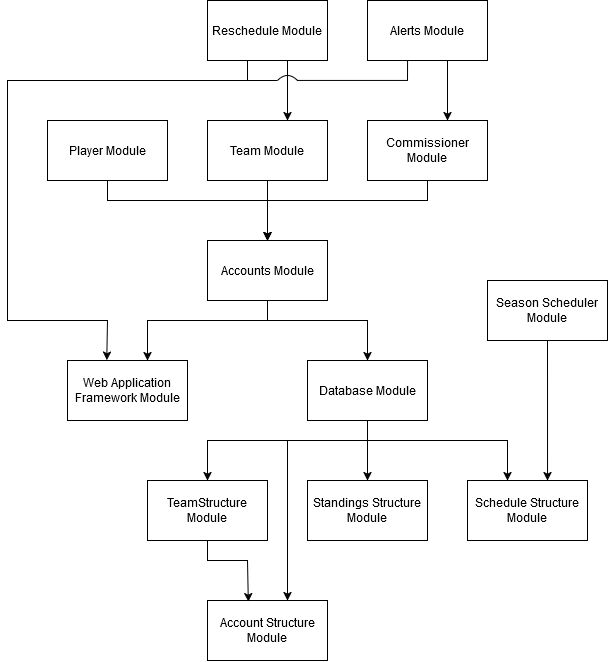
Before: docs/Design/SoftArchitecture/9_use_hierarchy_diagram.png, a diagram exported from draw.io (Nicholas-Fabugais-Inaba/Sandlot). Source tidied: cells renumbered, new cells last; positions are measured from the earlier drawing's top-left corner, leaving out a move shared by most shapes. The source it was exported from:
```xml
<mxGraphModel>
  <root>
    <mxCell id="0" />
    <mxCell id="1" parent="0" />
    <mxCell id="2" value="Web Application Framework Module" style="rounded=0;whiteSpace=wrap;html=1;" parent="1" vertex="1">
      <mxGeometry x="60" y="360" width="120" height="60" as="geometry" />
    </mxCell>
    <mxCell id="3" value="Database Module" style="rounded=0;whiteSpace=wrap;html=1;" parent="1" vertex="1">
      <mxGeometry x="300" y="360" width="120" height="60" as="geometry" />
    </mxCell>
    <mxCell id="4" value="Accounts Module" style="whiteSpace=wrap;html=1;" parent="1" vertex="1">
      <mxGeometry x="200" y="240" width="120" height="60" as="geometry" />
    </mxCell>
    <mxCell id="5" value="Player Module" style="whiteSpace=wrap;html=1;" parent="1" vertex="1">
      <mxGeometry x="40" y="120" width="120" height="60" as="geometry" />
    </mxCell>
    <mxCell id="6" value="&lt;div&gt;Team Module&lt;/div&gt;" style="whiteSpace=wrap;html=1;" parent="1" vertex="1">
      <mxGeometry x="200" y="120" width="120" height="60" as="geometry" />
    </mxCell>
    <mxCell id="7" value="Commissioner Module" style="whiteSpace=wrap;html=1;" parent="1" vertex="1">
      <mxGeometry x="360" y="120" width="120" height="60" as="geometry" />
    </mxCell>
    <mxCell id="8" value="Schedule Structure Module" style="whiteSpace=wrap;html=1;" parent="1" vertex="1">
      <mxGeometry x="460" y="480" width="120" height="60" as="geometry" />
    </mxCell>
    <mxCell id="9" value="Standings Structure Module" style="whiteSpace=wrap;html=1;" parent="1" vertex="1">
      <mxGeometry x="300" y="480" width="120" height="60" as="geometry" />
    </mxCell>
    <mxCell id="10" value="Reschedule Module" style="whiteSpace=wrap;html=1;" parent="1" vertex="1">
      <mxGeometry x="200" width="120" height="60" as="geometry" />
    </mxCell>
    <mxCell id="11" value="Alerts Module" style="whiteSpace=wrap;html=1;" parent="1" vertex="1">
      <mxGeometry x="360" width="120" height="60" as="geometry" />
    </mxCell>
    <mxCell id="12" style="endArrow=classic;html=1;rounded=0;exitX=0.5;exitY=1;exitDx=0;exitDy=0;entryX=0.5;entryY=0;entryDx=0;entryDy=0;" parent="1" edge="1" source="4" target="3">
      <mxGeometry relative="1" as="geometry">
        <Array as="points">
          <mxPoint x="260" y="320" />
          <mxPoint x="360" y="320" />
        </Array>
      </mxGeometry>
    </mxCell>
    <mxCell id="13" style="endArrow=classic;html=1;rounded=0;exitX=0.5;exitY=1;exitDx=0;exitDy=0;" parent="1" edge="1" source="4">
      <mxGeometry relative="1" as="geometry">
        <mxPoint x="140" y="360" as="targetPoint" />
        <Array as="points">
          <mxPoint x="260" y="320" />
          <mxPoint x="140" y="320" />
        </Array>
      </mxGeometry>
    </mxCell>
    <mxCell id="14" style="endArrow=classic;html=1;rounded=0;exitX=0.5;exitY=1;exitDx=0;exitDy=0;entryX=0.5;entryY=0;entryDx=0;entryDy=0;" parent="1" edge="1" source="5" target="4">
      <mxGeometry relative="1" as="geometry">
        <Array as="points">
          <mxPoint x="100" y="200" />
          <mxPoint x="260" y="200" />
        </Array>
      </mxGeometry>
    </mxCell>
    <mxCell id="15" style="endArrow=classic;html=1;rounded=0;exitX=0.5;exitY=1;exitDx=0;exitDy=0;entryX=0.5;entryY=0;entryDx=0;entryDy=0;" parent="1" edge="1" source="6" target="4">
      <mxGeometry relative="1" as="geometry" />
    </mxCell>
    <mxCell id="16" style="endArrow=classic;html=1;rounded=0;exitX=0.5;exitY=1;exitDx=0;exitDy=0;entryX=0.5;entryY=0;entryDx=0;entryDy=0;" parent="1" edge="1" source="7" target="4">
      <mxGeometry relative="1" as="geometry">
        <Array as="points">
          <mxPoint x="420" y="200" />
          <mxPoint x="260" y="200" />
        </Array>
      </mxGeometry>
    </mxCell>
    <mxCell id="17" style="endArrow=classic;html=1;rounded=0;exitX=0.5;exitY=1;exitDx=0;exitDy=0;" parent="1" edge="1" source="3">
      <mxGeometry relative="1" as="geometry">
        <mxPoint x="500" y="480" as="targetPoint" />
        <Array as="points">
          <mxPoint x="360" y="440" />
          <mxPoint x="500" y="440" />
        </Array>
      </mxGeometry>
    </mxCell>
    <mxCell id="18" style="endArrow=classic;html=1;rounded=0;exitX=0.5;exitY=1;exitDx=0;exitDy=0;" parent="1" edge="1" source="3">
      <mxGeometry relative="1" as="geometry">
        <mxPoint x="360" y="480" as="targetPoint" />
        <Array as="points">
          <mxPoint x="360" y="440" />
        </Array>
      </mxGeometry>
    </mxCell>
    <mxCell id="19" style="endArrow=classic;html=1;rounded=0;exitX=0.75;exitY=1;exitDx=0;exitDy=0;entryX=0.75;entryY=0;entryDx=0;entryDy=0;" parent="1" edge="1">
      <mxGeometry relative="1" as="geometry">
        <mxPoint x="280" y="60" as="sourcePoint" />
        <mxPoint x="280" y="120" as="targetPoint" />
      </mxGeometry>
    </mxCell>
    <mxCell id="20" style="endArrow=classic;html=1;rounded=0;exitX=0.5;exitY=1;exitDx=0;exitDy=0;entryX=0.5;entryY=0;entryDx=0;entryDy=0;" parent="1" edge="1">
      <mxGeometry relative="1" as="geometry">
        <mxPoint x="440" y="60" as="sourcePoint" />
        <mxPoint x="440" y="120" as="targetPoint" />
      </mxGeometry>
    </mxCell>
    <mxCell id="21" style="endArrow=classic;html=1;rounded=0;entryX=0.327;entryY=-0.006;entryDx=0;entryDy=0;entryPerimeter=0;" parent="1" edge="1" target="2">
      <mxGeometry relative="1" as="geometry">
        <mxPoint x="270" y="80" as="sourcePoint" />
        <Array as="points">
          <mxPoint y="80" />
          <mxPoint y="320" />
          <mxPoint x="100" y="320" />
        </Array>
      </mxGeometry>
    </mxCell>
    <mxCell id="22" value="Account Structure Module" style="whiteSpace=wrap;html=1;" parent="1" vertex="1">
      <mxGeometry x="200" y="600" width="120" height="60" as="geometry" />
    </mxCell>
    <mxCell id="23" value="TeamStructure Module" style="whiteSpace=wrap;html=1;" parent="1" vertex="1">
      <mxGeometry x="140" y="480" width="120" height="60" as="geometry" />
    </mxCell>
    <mxCell id="24" style="endArrow=classic;html=1;rounded=0;exitX=0.5;exitY=1;exitDx=0;exitDy=0;" parent="1" edge="1">
      <mxGeometry relative="1" as="geometry">
        <mxPoint x="360" y="420.8" as="sourcePoint" />
        <mxPoint x="280" y="600" as="targetPoint" />
        <Array as="points">
          <mxPoint x="360" y="440" />
          <mxPoint x="280" y="440" />
        </Array>
      </mxGeometry>
    </mxCell>
    <mxCell id="25" style="edgeStyle=none;jettySize=auto;html=1;rounded=0;exitX=0.5;exitY=1;exitDx=0;exitDy=0;entryX=0.5;entryY=0;entryDx=0;entryDy=0;" parent="1" edge="1" source="3" target="23">
      <mxGeometry relative="1" as="geometry">
        <Array as="points">
          <mxPoint x="360" y="440" />
          <mxPoint x="200" y="440" />
        </Array>
      </mxGeometry>
    </mxCell>
    <mxCell id="26" style="edgeStyle=none;jettySize=auto;html=1;rounded=0;exitX=0.5;exitY=1;exitDx=0;exitDy=0;entryX=0.34;entryY=0.018;entryDx=0;entryDy=0;entryPerimeter=0;" parent="1" edge="1" source="23" target="22">
      <mxGeometry relative="1" as="geometry">
        <Array as="points">
          <mxPoint x="200" y="560" />
          <mxPoint x="240" y="560" />
        </Array>
      </mxGeometry>
    </mxCell>
    <mxCell id="27" style="endArrow=none;html=1;rounded=0;entryX=0.334;entryY=1.001;entryDx=0;entryDy=0;entryPerimeter=0;" parent="1" edge="1" target="11">
      <mxGeometry relative="1" as="geometry">
        <mxPoint x="290" y="80" as="sourcePoint" />
        <Array as="points">
          <mxPoint x="400" y="80" />
        </Array>
      </mxGeometry>
    </mxCell>
    <mxCell id="28" style="curved=1;endArrow=none;html=1;rounded=0;endFill=0;" parent="1" edge="1">
      <mxGeometry relative="1" as="geometry">
        <mxPoint x="270" y="80" as="sourcePoint" />
        <mxPoint x="290" y="80" as="targetPoint" />
        <Array as="points">
          <mxPoint x="280" y="70" />
        </Array>
      </mxGeometry>
    </mxCell>
    <mxCell id="29" style="endArrow=none;html=1;rounded=0;" parent="1" edge="1">
      <mxGeometry relative="1" as="geometry">
        <mxPoint x="240" y="80" as="sourcePoint" />
        <mxPoint x="240" y="60" as="targetPoint" />
      </mxGeometry>
    </mxCell>
    <mxCell id="30" value="Season Scheduler Module" style="rounded=0;whiteSpace=wrap;html=1;" parent="1" vertex="1">
      <mxGeometry x="480" y="280" width="120" height="60" as="geometry" />
    </mxCell>
    <mxCell id="31" style="endArrow=classic;html=1;rounded=0;exitX=0.5;exitY=1;exitDx=0;exitDy=0;entryX=0.667;entryY=0;entryDx=0;entryDy=0;entryPerimeter=0;" parent="1" edge="1" source="30" target="8">
      <mxGeometry relative="1" as="geometry" />
    </mxCell>
  </root>
</mxGraphModel>
```
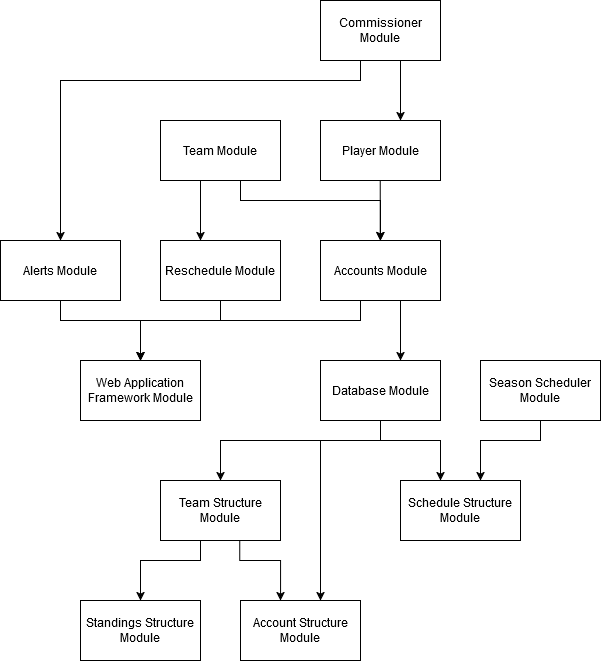
After the commit.

Commit message:
Updated use hierarchy diagram in MG section 9.

What changed in the source:
```diff
@@ -9,117 +9,54 @@
       <mxGeometry x="300" y="360" width="120" height="60" as="geometry" />
     </mxCell>
     <mxCell id="4" value="Accounts Module" style="whiteSpace=wrap;html=1;" parent="1" vertex="1">
-      <mxGeometry x="200" y="240" width="120" height="60" as="geometry" />
+      <mxGeometry x="300" y="240" width="120" height="60" as="geometry" />
     </mxCell>
-    <mxCell id="5" value="Player Module" style="whiteSpace=wrap;html=1;" parent="1" vertex="1">
-      <mxGeometry x="40" y="120" width="120" height="60" as="geometry" />
-    </mxCell>
     <mxCell id="6" value="&lt;div&gt;Team Module&lt;/div&gt;" style="whiteSpace=wrap;html=1;" parent="1" vertex="1">
-      <mxGeometry x="200" y="120" width="120" height="60" as="geometry" />
+      <mxGeometry x="140" y="120" width="120" height="60" as="geometry" />
     </mxCell>
     <mxCell id="7" value="Commissioner Module" style="whiteSpace=wrap;html=1;" parent="1" vertex="1">
-      <mxGeometry x="360" y="120" width="120" height="60" as="geometry" />
+      <mxGeometry x="300" width="120" height="60" as="geometry" />
     </mxCell>
     <mxCell id="8" value="Schedule Structure Module" style="whiteSpace=wrap;html=1;" parent="1" vertex="1">
-      <mxGeometry x="460" y="480" width="120" height="60" as="geometry" />
+      <mxGeometry x="380" y="480" width="120" height="60" as="geometry" />
     </mxCell>
     <mxCell id="9" value="Standings Structure Module" style="whiteSpace=wrap;html=1;" parent="1" vertex="1">
-      <mxGeometry x="300" y="480" width="120" height="60" as="geometry" />
+      <mxGeometry x="60" y="600" width="120" height="60" as="geometry" />
     </mxCell>
     <mxCell id="10" value="Reschedule Module" style="whiteSpace=wrap;html=1;" parent="1" vertex="1">
-      <mxGeometry x="200" width="120" height="60" as="geometry" />
+      <mxGeometry x="140" y="240" width="120" height="60" as="geometry" />
     </mxCell>
     <mxCell id="11" value="Alerts Module" style="whiteSpace=wrap;html=1;" parent="1" vertex="1">
-      <mxGeometry x="360" width="120" height="60" as="geometry" />
+      <mxGeometry x="-20" y="240" width="120" height="60" as="geometry" />
     </mxCell>
-    <mxCell id="12" style="endArrow=classic;html=1;rounded=0;exitX=0.5;exitY=1;exitDx=0;exitDy=0;entryX=0.5;entryY=0;entryDx=0;entryDy=0;" parent="1" edge="1" source="4" target="3">
-      <mxGeometry relative="1" as="geometry">
-        <Array as="points">
-          <mxPoint x="260" y="320" />
-          <mxPoint x="360" y="320" />
-        </Array>
-      </mxGeometry>
-    </mxCell>
-    <mxCell id="13" style="endArrow=classic;html=1;rounded=0;exitX=0.5;exitY=1;exitDx=0;exitDy=0;" parent="1" edge="1" source="4">
-      <mxGeometry relative="1" as="geometry">
-        <mxPoint x="140" y="360" as="targetPoint" />
-        <Array as="points">
-          <mxPoint x="260" y="320" />
-          <mxPoint x="140" y="320" />
-        </Array>
-      </mxGeometry>
-    </mxCell>
-    <mxCell id="14" style="endArrow=classic;html=1;rounded=0;exitX=0.5;exitY=1;exitDx=0;exitDy=0;entryX=0.5;entryY=0;entryDx=0;entryDy=0;" parent="1" edge="1" source="5" target="4">
-      <mxGeometry relative="1" as="geometry">
-        <Array as="points">
-          <mxPoint x="100" y="200" />
-          <mxPoint x="260" y="200" />
-        </Array>
-      </mxGeometry>
-    </mxCell>
-    <mxCell id="15" style="endArrow=classic;html=1;rounded=0;exitX=0.5;exitY=1;exitDx=0;exitDy=0;entryX=0.5;entryY=0;entryDx=0;entryDy=0;" parent="1" edge="1" source="6" target="4">
-      <mxGeometry relative="1" as="geometry" />
-    </mxCell>
-    <mxCell id="16" style="endArrow=classic;html=1;rounded=0;exitX=0.5;exitY=1;exitDx=0;exitDy=0;entryX=0.5;entryY=0;entryDx=0;entryDy=0;" parent="1" edge="1" source="7" target="4">
-      <mxGeometry relative="1" as="geometry">
-        <Array as="points">
-          <mxPoint x="420" y="200" />
-          <mxPoint x="260" y="200" />
-        </Array>
-      </mxGeometry>
-    </mxCell>
     <mxCell id="17" style="endArrow=classic;html=1;rounded=0;exitX=0.5;exitY=1;exitDx=0;exitDy=0;" parent="1" edge="1" source="3">
       <mxGeometry relative="1" as="geometry">
-        <mxPoint x="500" y="480" as="targetPoint" />
+        <mxPoint x="420" y="480" as="targetPoint" />
         <Array as="points">
           <mxPoint x="360" y="440" />
-          <mxPoint x="500" y="440" />
+          <mxPoint x="420" y="440" />
         </Array>
       </mxGeometry>
     </mxCell>
-    <mxCell id="18" style="endArrow=classic;html=1;rounded=0;exitX=0.5;exitY=1;exitDx=0;exitDy=0;" parent="1" edge="1" source="3">
-      <mxGeometry relative="1" as="geometry">
-        <mxPoint x="360" y="480" as="targetPoint" />
-        <Array as="points">
-          <mxPoint x="360" y="440" />
-        </Array>
-      </mxGeometry>
-    </mxCell>
-    <mxCell id="19" style="endArrow=classic;html=1;rounded=0;exitX=0.75;exitY=1;exitDx=0;exitDy=0;entryX=0.75;entryY=0;entryDx=0;entryDy=0;" parent="1" edge="1">
-      <mxGeometry relative="1" as="geometry">
-        <mxPoint x="280" y="60" as="sourcePoint" />
-        <mxPoint x="280" y="120" as="targetPoint" />
-      </mxGeometry>
-    </mxCell>
     <mxCell id="20" style="endArrow=classic;html=1;rounded=0;exitX=0.5;exitY=1;exitDx=0;exitDy=0;entryX=0.5;entryY=0;entryDx=0;entryDy=0;" parent="1" edge="1">
       <mxGeometry relative="1" as="geometry">
-        <mxPoint x="440" y="60" as="sourcePoint" />
-        <mxPoint x="440" y="120" as="targetPoint" />
+        <mxPoint x="380" y="60" as="sourcePoint" />
+        <mxPoint x="380" y="120" as="targetPoint" />
       </mxGeometry>
     </mxCell>
-    <mxCell id="21" style="endArrow=classic;html=1;rounded=0;entryX=0.327;entryY=-0.006;entryDx=0;entryDy=0;entryPerimeter=0;" parent="1" edge="1" target="2">
-      <mxGeometry relative="1" as="geometry">
-        <mxPoint x="270" y="80" as="sourcePoint" />
-        <Array as="points">
-          <mxPoint y="80" />
-          <mxPoint y="320" />
-          <mxPoint x="100" y="320" />
-        </Array>
-      </mxGeometry>
-    </mxCell>
     <mxCell id="22" value="Account Structure Module" style="whiteSpace=wrap;html=1;" parent="1" vertex="1">
-      <mxGeometry x="200" y="600" width="120" height="60" as="geometry" />
+      <mxGeometry x="220" y="600" width="120" height="60" as="geometry" />
     </mxCell>
-    <mxCell id="23" value="TeamStructure Module" style="whiteSpace=wrap;html=1;" parent="1" vertex="1">
+    <mxCell id="23" value="Team Structure Module" style="whiteSpace=wrap;html=1;" parent="1" vertex="1">
       <mxGeometry x="140" y="480" width="120" height="60" as="geometry" />
     </mxCell>
     <mxCell id="24" style="endArrow=classic;html=1;rounded=0;exitX=0.5;exitY=1;exitDx=0;exitDy=0;" parent="1" edge="1">
       <mxGeometry relative="1" as="geometry">
         <mxPoint x="360" y="420.8" as="sourcePoint" />
-        <mxPoint x="280" y="600" as="targetPoint" />
+        <mxPoint x="300" y="600" as="targetPoint" />
         <Array as="points">
           <mxPoint x="360" y="440" />
-          <mxPoint x="280" y="440" />
+          <mxPoint x="300" y="440" />
         </Array>
       </mxGeometry>
     </mxCell>
@@ -131,42 +68,101 @@
         </Array>
       </mxGeometry>
     </mxCell>
-    <mxCell id="26" style="edgeStyle=none;jettySize=auto;html=1;rounded=0;exitX=0.5;exitY=1;exitDx=0;exitDy=0;entryX=0.34;entryY=0.018;entryDx=0;entryDy=0;entryPerimeter=0;" parent="1" edge="1" source="23" target="22">
+    <mxCell id="26" style="edgeStyle=none;orthogonalLoop=1;jettySize=auto;html=1;rounded=0;exitX=0.5;exitY=1;exitDx=0;exitDy=0;" parent="1" edge="1">
       <mxGeometry relative="1" as="geometry">
+        <mxPoint x="219.2" y="540" as="sourcePoint" />
+        <mxPoint x="260" y="600" as="targetPoint" />
         <Array as="points">
-          <mxPoint x="200" y="560" />
-          <mxPoint x="240" y="560" />
+          <mxPoint x="219.2" y="560" />
+          <mxPoint x="260" y="560" />
         </Array>
       </mxGeometry>
     </mxCell>
-    <mxCell id="27" style="endArrow=none;html=1;rounded=0;entryX=0.334;entryY=1.001;entryDx=0;entryDy=0;entryPerimeter=0;" parent="1" edge="1" target="11">
-      <mxGeometry relative="1" as="geometry">
-        <mxPoint x="290" y="80" as="sourcePoint" />
-        <Array as="points">
-          <mxPoint x="400" y="80" />
-        </Array>
-      </mxGeometry>
-    </mxCell>
-    <mxCell id="28" style="curved=1;endArrow=none;html=1;rounded=0;endFill=0;" parent="1" edge="1">
-      <mxGeometry relative="1" as="geometry">
-        <mxPoint x="270" y="80" as="sourcePoint" />
-        <mxPoint x="290" y="80" as="targetPoint" />
-        <Array as="points">
-          <mxPoint x="280" y="70" />
-        </Array>
-      </mxGeometry>
-    </mxCell>
-    <mxCell id="29" style="endArrow=none;html=1;rounded=0;" parent="1" edge="1">
-      <mxGeometry relative="1" as="geometry">
-        <mxPoint x="240" y="80" as="sourcePoint" />
-        <mxPoint x="240" y="60" as="targetPoint" />
-      </mxGeometry>
-    </mxCell>
     <mxCell id="30" value="Season Scheduler Module" style="rounded=0;whiteSpace=wrap;html=1;" parent="1" vertex="1">
-      <mxGeometry x="480" y="280" width="120" height="60" as="geometry" />
+      <mxGeometry x="460" y="360" width="120" height="60" as="geometry" />
     </mxCell>
-    <mxCell id="31" style="endArrow=classic;html=1;rounded=0;exitX=0.5;exitY=1;exitDx=0;exitDy=0;entryX=0.667;entryY=0;entryDx=0;entryDy=0;entryPerimeter=0;" parent="1" edge="1" source="30" target="8">
-      <mxGeometry relative="1" as="geometry" />
+    <mxCell id="31" style="endArrow=classic;html=1;rounded=0;exitX=0.5;exitY=1;exitDx=0;exitDy=0;" parent="1" edge="1" source="30">
+      <mxGeometry relative="1" as="geometry">
+        <mxPoint x="460" y="480" as="targetPoint" />
+        <Array as="points">
+          <mxPoint x="520" y="440" />
+          <mxPoint x="460" y="440" />
+        </Array>
+      </mxGeometry>
     </mxCell>
+    <mxCell id="5" value="Player Module" style="whiteSpace=wrap;html=1;" parent="1" vertex="1">
+      <mxGeometry x="300" y="120" width="120" height="60" as="geometry" />
+    </mxCell>
+    <mxCell id="32" style="edgeStyle=none;jettySize=auto;html=1;rounded=0;exitX=0.5;exitY=1;exitDx=0;exitDy=0;entryX=0.5;entryY=0;entryDx=0;entryDy=0;" parent="1" edge="1" target="9">
+      <mxGeometry relative="1" as="geometry">
+        <mxPoint x="180" y="540" as="sourcePoint" />
+        <Array as="points">
+          <mxPoint x="180" y="560" />
+          <mxPoint x="120" y="560" />
+        </Array>
+      </mxGeometry>
+    </mxCell>
+    <mxCell id="33" style="endArrow=classic;html=1;rounded=0;exitX=0.5;exitY=1;exitDx=0;exitDy=0;entryX=0.5;entryY=0;entryDx=0;entryDy=0;" parent="1" edge="1">
+      <mxGeometry relative="1" as="geometry">
+        <mxPoint x="359.7" y="180" as="sourcePoint" />
+        <mxPoint x="359.7" y="240" as="targetPoint" />
+      </mxGeometry>
+    </mxCell>
+    <mxCell id="34" style="endArrow=classic;html=1;rounded=0;" parent="1" edge="1">
+      <mxGeometry relative="1" as="geometry">
+        <mxPoint x="220" y="180" as="sourcePoint" />
+        <mxPoint x="360" y="240" as="targetPoint" />
+        <Array as="points">
+          <mxPoint x="220" y="200" />
+          <mxPoint x="360" y="200" />
+        </Array>
+      </mxGeometry>
+    </mxCell>
+    <mxCell id="35" style="endArrow=classic;html=1;rounded=0;entryX=0.5;entryY=0;entryDx=0;entryDy=0;" parent="1" edge="1" target="11">
+      <mxGeometry relative="1" as="geometry">
+        <mxPoint x="340" y="60" as="sourcePoint" />
+        <Array as="points">
+          <mxPoint x="340" y="80" />
+          <mxPoint x="40" y="80" />
+        </Array>
+      </mxGeometry>
+    </mxCell>
+    <mxCell id="36" style="endArrow=classic;html=1;rounded=0;exitX=0.5;exitY=1;exitDx=0;exitDy=0;entryX=0.5;entryY=0;entryDx=0;entryDy=0;" parent="1" edge="1">
+      <mxGeometry relative="1" as="geometry">
+        <mxPoint x="180" y="180" as="sourcePoint" />
+        <mxPoint x="180" y="240" as="targetPoint" />
+      </mxGeometry>
+    </mxCell>
+    <mxCell id="37" style="endArrow=classic;html=1;rounded=0;exitX=0.5;exitY=1;exitDx=0;exitDy=0;entryX=0.5;entryY=0;entryDx=0;entryDy=0;" parent="1" edge="1" source="11" target="2">
+      <mxGeometry relative="1" as="geometry">
+        <Array as="points">
+          <mxPoint x="40" y="320" />
+          <mxPoint x="120" y="320" />
+        </Array>
+      </mxGeometry>
+    </mxCell>
+    <mxCell id="38" style="endArrow=classic;html=1;rounded=0;exitX=0.5;exitY=1;exitDx=0;exitDy=0;entryX=0.5;entryY=0;entryDx=0;entryDy=0;" parent="1" edge="1" source="10" target="2">
+      <mxGeometry relative="1" as="geometry">
+        <Array as="points">
+          <mxPoint x="200" y="320" />
+          <mxPoint x="120" y="320" />
+        </Array>
+      </mxGeometry>
+    </mxCell>
+    <mxCell id="39" style="endArrow=classic;html=1;rounded=0;entryX=0.5;entryY=0;entryDx=0;entryDy=0;" parent="1" edge="1" target="2">
+      <mxGeometry relative="1" as="geometry">
+        <mxPoint x="340" y="300" as="sourcePoint" />
+        <Array as="points">
+          <mxPoint x="340" y="320" />
+          <mxPoint x="120" y="320" />
+        </Array>
+      </mxGeometry>
+    </mxCell>
+    <mxCell id="40" style="endArrow=classic;html=1;rounded=0;exitX=0.5;exitY=1;exitDx=0;exitDy=0;entryX=0.5;entryY=0;entryDx=0;entryDy=0;" parent="1" edge="1">
+      <mxGeometry relative="1" as="geometry">
+        <mxPoint x="380" y="300" as="sourcePoint" />
+        <mxPoint x="380" y="360" as="targetPoint" />
+      </mxGeometry>
+    </mxCell>
   </root>
 </mxGraphModel>
```
